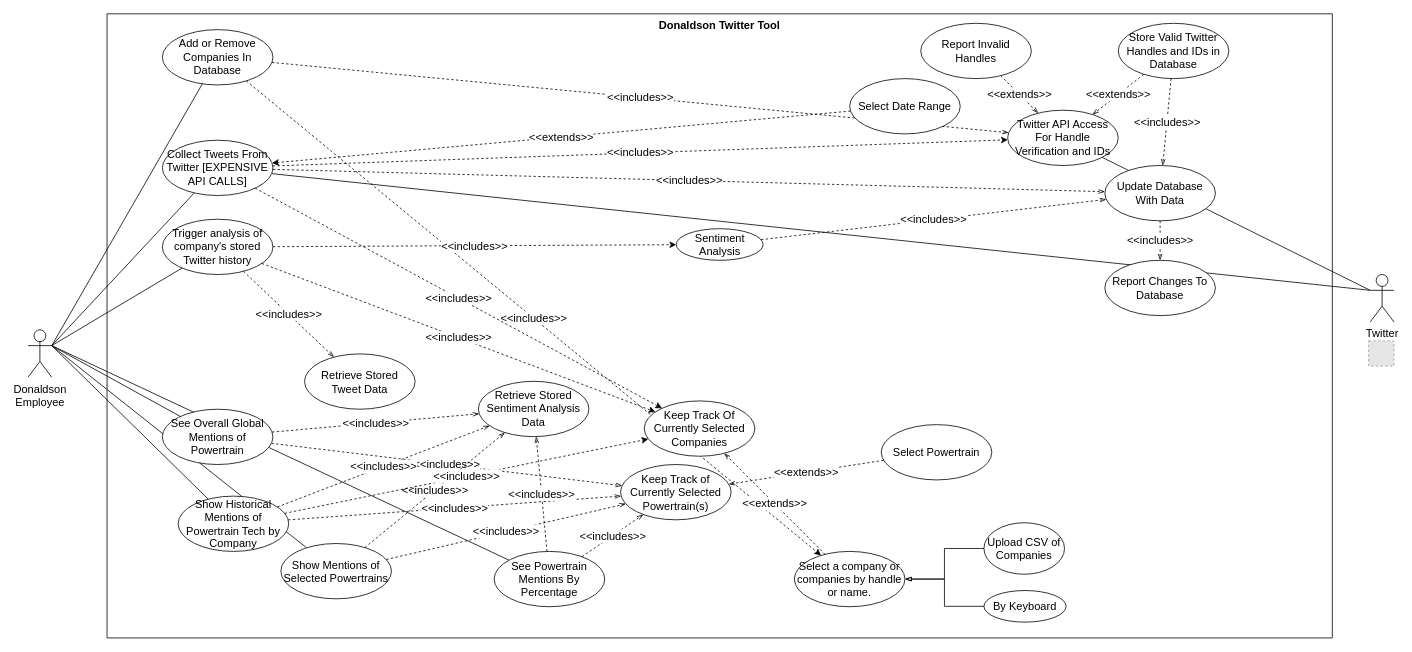
Above: uml/useCaseModel3.drawio in agarcia169/4306-Donaldson-Project (draw.io), before the change. Source tidied: cells renumbered, new cells numbered last; positions are measured from the earlier drawing's top-left corner, leaving out a move shared by most shapes. Both pictures are drawn from the tidied source at 79%, with x=0, y=0 at pixel (28, 13). Pictures stored in the file or linked from it are replaced by grey dashed boxes.
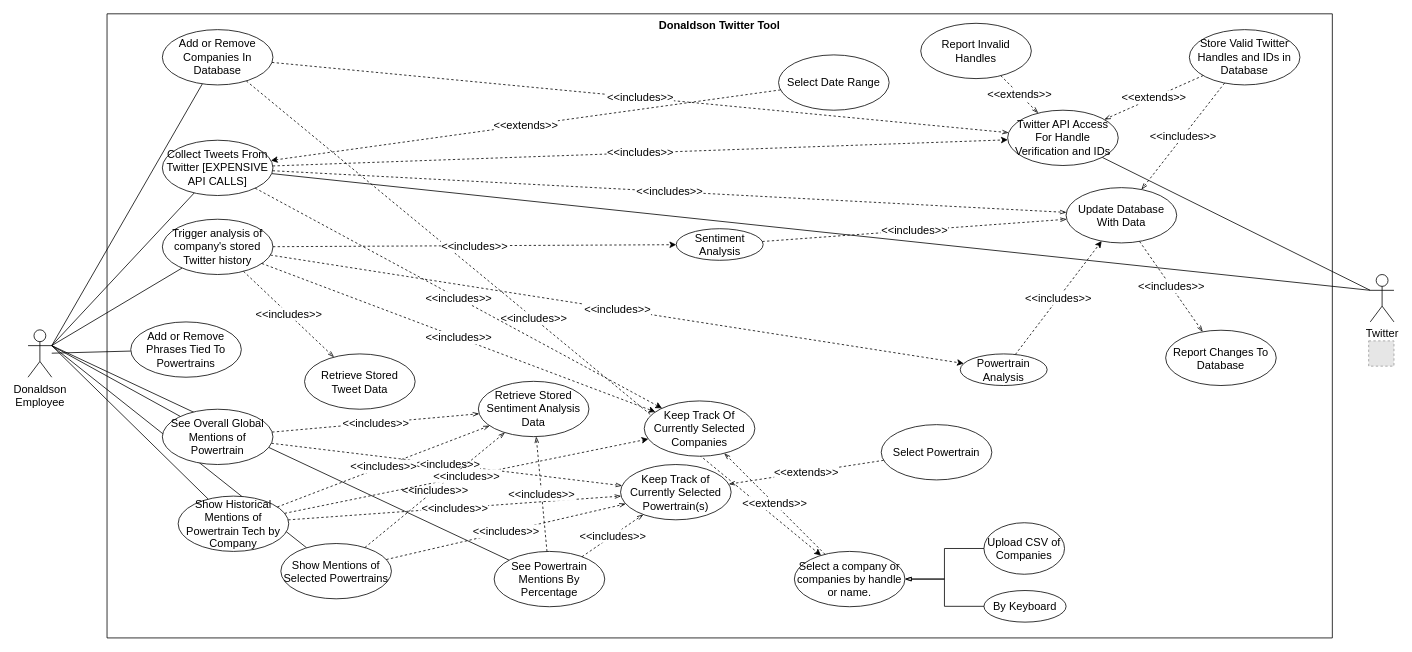
The same page after the edit.

Unchanged cells that the change refers to:
```xml
<mxCell id="11" value="Donaldson &lt;br style=&quot;font-size: 14px;&quot;&gt;Employee" style="shape=umlActor;verticalLabelPosition=bottom;verticalAlign=top;html=1;fontSize=14;" parent="1" vertex="1">
  <mxGeometry y="400" width="30" height="60" as="geometry" />
</mxCell>
<mxCell id="14" value="Donaldson Twitter Tool" style="swimlane;startSize=0;fontSize=14;verticalAlign=top;" parent="1" vertex="1">
  <mxGeometry x="100" width="1551" height="790" as="geometry" />
</mxCell>
<mxCell id="20" value="Trigger analysis of company's stored Twitter history" style="ellipse;whiteSpace=wrap;html=1;fontSize=14;" parent="14" vertex="1">
  <mxGeometry x="70" y="260" width="140" height="70" as="geometry" />
</mxCell>
```

Change to the diagram source:
```diff
@@
+    <mxCell id="64" style="rounded=0;jettySize=auto;html=1;endArrow=none;endFill=0;" parent="1" edge="1" source="11" target="66">
+      <mxGeometry relative="1" as="geometry" />
+    </mxCell>
@@
+    <mxCell id="65" value="&lt;font style=&quot;font-size: 14px;&quot;&gt;&amp;lt;&amp;lt;includes&amp;gt;&amp;gt;&lt;/font&gt;" style="edgeStyle=none;rounded=0;jettySize=auto;html=1;endArrow=classic;endFill=1;dashed=1;" parent="14" edge="1" source="20" target="68">
+      <mxGeometry relative="1" as="geometry" />
+    </mxCell>
@@
     <mxCell id="45" value="Store Valid Twitter Handles and IDs in Database" style="ellipse;whiteSpace=wrap;html=1;fontSize=14;" parent="14" vertex="1">
-      <mxGeometry x="1280" y="12" width="140" height="70" as="geometry" />
+      <mxGeometry x="1370" y="20" width="140" height="70" as="geometry" />
     </mxCell>
@@
     <mxCell id="47" value="Update Database With Data" style="ellipse;whiteSpace=wrap;html=1;fontSize=14;" parent="14" vertex="1">
-      <mxGeometry x="1263" y="192" width="140" height="70" as="geometry" />
+      <mxGeometry x="1214" y="220" width="140" height="70" as="geometry" />
     </mxCell>
@@
     <mxCell id="49" value="Select Date Range" style="ellipse;whiteSpace=wrap;html=1;fontSize=14;" parent="14" vertex="1">
-      <mxGeometry x="940" y="82" width="140" height="70" as="geometry" />
+      <mxGeometry x="850" y="52" width="140" height="70" as="geometry" />
     </mxCell>
     <mxCell id="50" value="Report Changes To Database" style="ellipse;whiteSpace=wrap;html=1;fontSize=14;" parent="14" vertex="1">
-      <mxGeometry x="1263" y="312" width="140" height="70" as="geometry" />
+      <mxGeometry x="1340" y="400.5" width="140" height="70" as="geometry" />
     </mxCell>
@@
+    <mxCell id="66" value="Add or Remove Phrases Tied To Powertrains" style="ellipse;whiteSpace=wrap;html=1;fontSize=14;" parent="14" vertex="1">
+      <mxGeometry x="30" y="390" width="140" height="70" as="geometry" />
+    </mxCell>
+    <mxCell id="67" value="&amp;lt;&amp;lt;includes&amp;gt;&amp;gt;" style="edgeStyle=none;rounded=0;jettySize=auto;html=1;dashed=1;fontSize=14;endArrow=classic;endFill=1;" parent="14" edge="1" source="68" target="47">
+      <mxGeometry relative="1" as="geometry" />
+    </mxCell>
+    <mxCell id="68" value="Powertrain Analysis" style="ellipse;whiteSpace=wrap;html=1;fontSize=14;" parent="14" vertex="1">
+      <mxGeometry x="1080" y="430.5" width="110" height="40" as="geometry" />
+    </mxCell>
```
